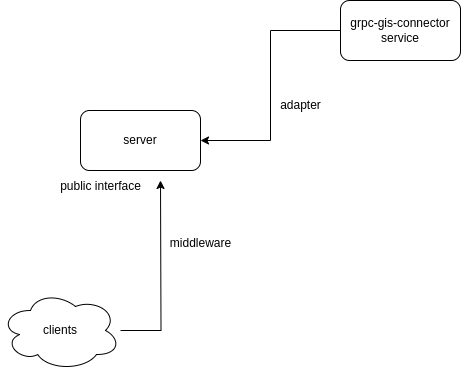
This is grpc.drawio.png from yashplg/draw.io, a draw.io export, as it was before one commit. Source tidied: cells renumbered, new cells last; positions are measured from the earlier drawing's top-left corner, leaving out a move shared by most shapes. The source it was exported from:
```xml
<mxGraphModel>
  <root>
    <mxCell id="0" />
    <mxCell id="1" parent="0" />
    <mxCell id="2" value="server" style="rounded=1;whiteSpace=wrap;html=1;" parent="1" vertex="1">
      <mxGeometry x="80" y="110" width="120" height="60" as="geometry" />
    </mxCell>
    <mxCell id="3" style="edgeStyle=orthogonalEdgeStyle;rounded=0;jettySize=auto;html=1;entryX=1;entryY=0.5;entryDx=0;entryDy=0;" parent="1" edge="1" source="4" target="2">
      <mxGeometry relative="1" as="geometry" />
    </mxCell>
    <mxCell id="4" value="grpc-gis-connector&lt;div&gt;service&lt;/div&gt;" style="rounded=1;whiteSpace=wrap;html=1;" parent="1" vertex="1">
      <mxGeometry x="340" width="120" height="60" as="geometry" />
    </mxCell>
    <mxCell id="5" style="edgeStyle=orthogonalEdgeStyle;rounded=0;jettySize=auto;html=1;" parent="1" edge="1" source="6">
      <mxGeometry relative="1" as="geometry">
        <mxPoint x="160" y="180" as="targetPoint" />
      </mxGeometry>
    </mxCell>
    <mxCell id="6" value="clients" style="ellipse;shape=cloud;whiteSpace=wrap;html=1;" parent="1" vertex="1">
      <mxGeometry y="290" width="120" height="80" as="geometry" />
    </mxCell>
    <mxCell id="7" value="public interface&lt;div&gt;&lt;br&gt;&lt;/div&gt;" style="text;html=1;align=center;verticalAlign=middle;strokeColor=none;fillColor=none;" parent="1" vertex="1">
      <mxGeometry x="50" y="173" width="100" height="40" as="geometry" />
    </mxCell>
    <mxCell id="8" value="adapter" style="text;html=1;align=center;verticalAlign=middle;strokeColor=none;fillColor=none;" parent="1" vertex="1">
      <mxGeometry x="270" y="90" width="60" height="30" as="geometry" />
    </mxCell>
    <mxCell id="9" value="middleware&lt;div&gt;&lt;br&gt;&lt;/div&gt;" style="text;html=1;align=center;verticalAlign=middle;strokeColor=none;fillColor=none;" parent="1" vertex="1">
      <mxGeometry x="160" y="230" width="80" height="40" as="geometry" />
    </mxCell>
  </root>
</mxGraphModel>
```
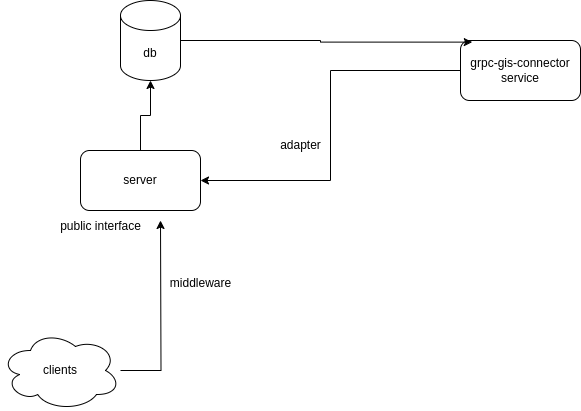
After the commit.

What changed in the source:
```diff
@@ -9,7 +9,7 @@
       <mxGeometry relative="1" as="geometry" />
     </mxCell>
     <mxCell id="4" value="grpc-gis-connector&lt;div&gt;service&lt;/div&gt;" style="rounded=1;whiteSpace=wrap;html=1;" parent="1" vertex="1">
-      <mxGeometry x="340" width="120" height="60" as="geometry" />
+      <mxGeometry x="460" width="120" height="60" as="geometry" />
     </mxCell>
     <mxCell id="5" style="edgeStyle=orthogonalEdgeStyle;rounded=0;jettySize=auto;html=1;" parent="1" edge="1" source="6">
       <mxGeometry relative="1" as="geometry">
@@ -28,5 +28,14 @@
     <mxCell id="9" value="middleware&lt;div&gt;&lt;br&gt;&lt;/div&gt;" style="text;html=1;align=center;verticalAlign=middle;strokeColor=none;fillColor=none;" parent="1" vertex="1">
       <mxGeometry x="160" y="230" width="80" height="40" as="geometry" />
     </mxCell>
+    <mxCell id="10" value="db" style="shape=cylinder3;whiteSpace=wrap;html=1;boundedLbl=1;backgroundOutline=1;size=15;" parent="1" vertex="1">
+      <mxGeometry x="120" y="-40" width="60" height="80" as="geometry" />
+    </mxCell>
+    <mxCell id="11" style="edgeStyle=orthogonalEdgeStyle;rounded=0;jettySize=auto;html=1;entryX=0.098;entryY=0.027;entryDx=0;entryDy=0;entryPerimeter=0;" parent="1" edge="1" source="10" target="4">
+      <mxGeometry relative="1" as="geometry" />
+    </mxCell>
+    <mxCell id="12" style="edgeStyle=orthogonalEdgeStyle;rounded=0;jettySize=auto;html=1;entryX=0.5;entryY=1;entryDx=0;entryDy=0;entryPerimeter=0;" parent="1" edge="1" source="2" target="10">
+      <mxGeometry relative="1" as="geometry" />
+    </mxCell>
   </root>
 </mxGraphModel>
```
